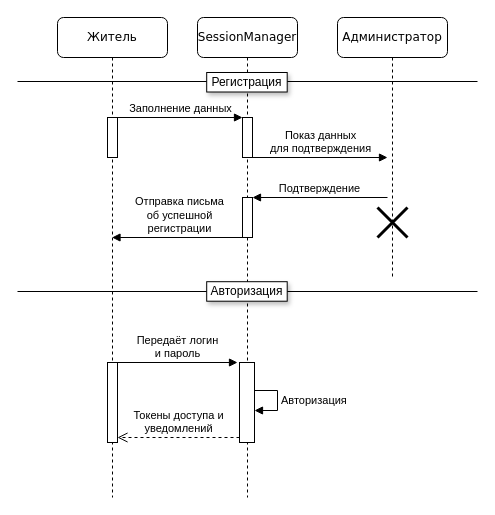
Above: page "Авторизация" (1 of 2) of diagrams/sequence_diagram.drawio in ArthurDavletov/ufanet_practice_zheu (draw.io), before the change. Source tidied: cells renumbered, new cells numbered last; positions are measured from the earlier drawing's top-left corner, leaving out a move shared by most shapes. Both pictures are drawn from the tidied source at 100%, with x=0, y=0 at pixel (17, 17).
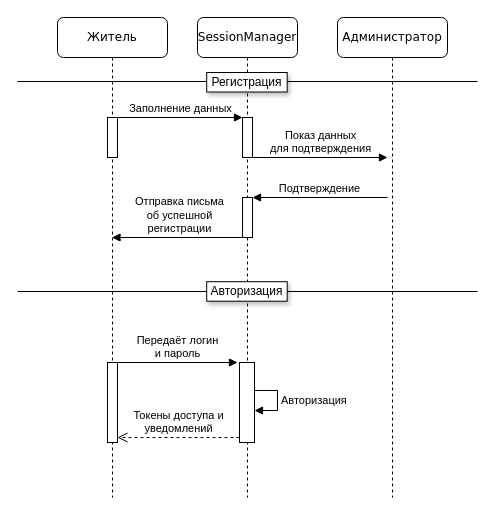
The same page after the edit.

Change to the diagram source:
```diff
@@
     <mxCell id="9" value="Администратор" style="shape=umlLifeline;perimeter=lifelinePerimeter;whiteSpace=wrap;html=1;rounded=1;shadow=0;comic=0;labelBackgroundColor=none;strokeWidth=1;fontFamily=Verdana;fontSize=12;align=center;" parent="1" vertex="1">
-      <mxGeometry x="320" width="110" height="260" as="geometry" />
+      <mxGeometry x="320" width="110" height="480" as="geometry" />
     </mxCell>
-    <mxCell id="10" style="shape=umlDestroy;whiteSpace=wrap;html=1;strokeWidth=3;targetShapes=umlLifeline;" parent="9" vertex="1">
-      <mxGeometry x="40" y="190" width="30" height="30" as="geometry" />
-    </mxCell>
```
